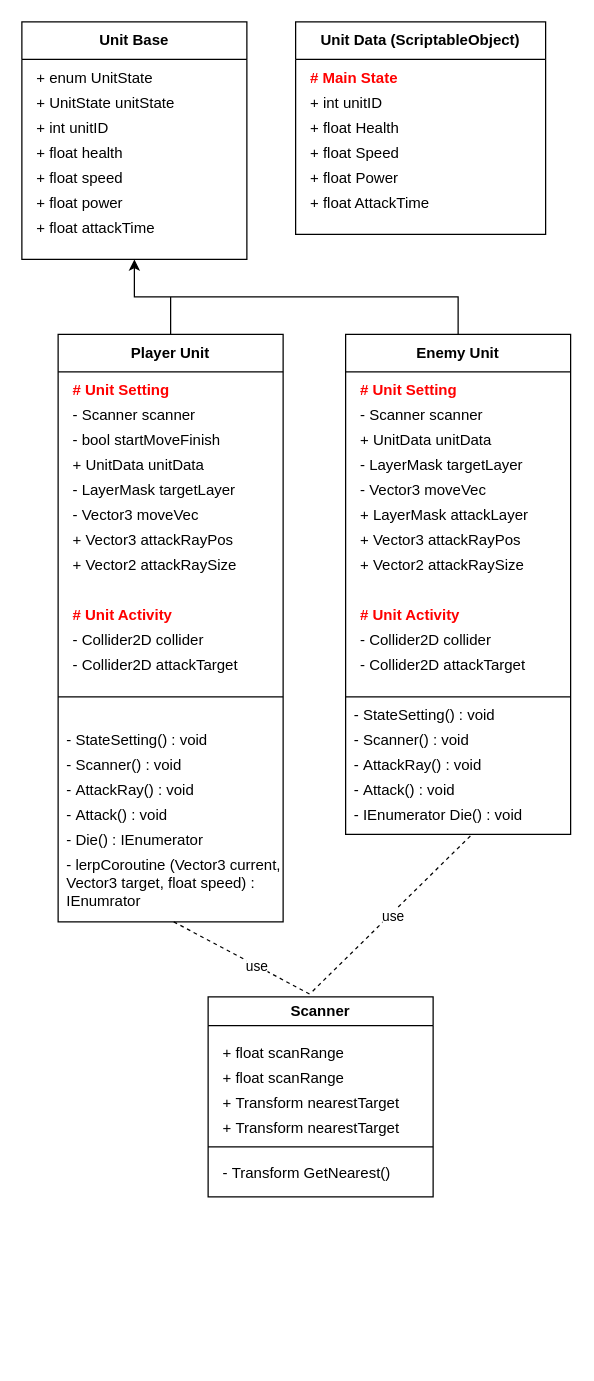
This is page "Battle" (2 of 3) of Project_CSD.drawio from YJU-Capstone-Design/Capstone-Design, a draw.io file, before an edit. Source tidied: cells renumbered, new cells numbered last; positions are measured from the earlier drawing's top-left corner, leaving out a move shared by most shapes. Both pictures are drawn from the tidied source at 125%, with x=0, y=0 at pixel (21, 21).
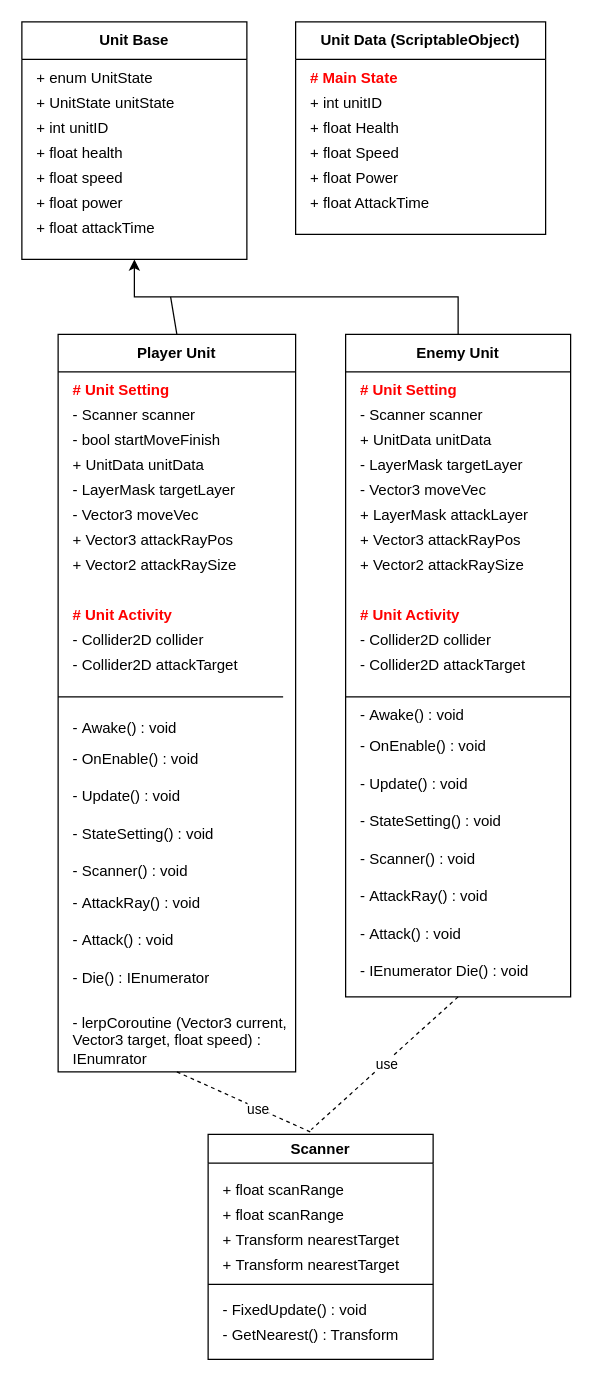
The same diagram, later.

Change to the diagram source:
```diff
@@
     <mxCell id="10" value="Player Unit" style="swimlane;whiteSpace=wrap;html=1;startSize=30;" parent="1" vertex="1">
-      <mxGeometry x="29" y="250" width="180" height="470" as="geometry" />
+      <mxGeometry x="29" y="250" width="190" height="590" as="geometry" />
     </mxCell>
@@
+    <mxCell id="26" value="- Die()&amp;nbsp;: IEnumerator" style="text;html=1;align=left;verticalAlign=middle;whiteSpace=wrap;rounded=0;" parent="10" vertex="1">
+      <mxGeometry x="10" y="500" width="150" height="30" as="geometry" />
+    </mxCell>
+    <mxCell id="27" value="- lerpCoroutine (Vector3 current, Vector3 target, float speed) : IEnumrator" style="text;html=1;align=left;verticalAlign=middle;whiteSpace=wrap;rounded=0;" parent="10" vertex="1">
+      <mxGeometry x="10" y="540" width="180" height="50" as="geometry" />
+    </mxCell>
+    <mxCell id="67" value="-&amp;nbsp;Awake() : void" style="text;html=1;align=left;verticalAlign=middle;whiteSpace=wrap;rounded=0;" parent="10" vertex="1">
+      <mxGeometry x="10" y="300" width="150" height="30" as="geometry" />
+    </mxCell>
+    <mxCell id="68" value="-&amp;nbsp;OnEnable() : void" style="text;html=1;align=left;verticalAlign=middle;whiteSpace=wrap;rounded=0;" parent="10" vertex="1">
+      <mxGeometry x="10" y="325" width="150" height="30" as="geometry" />
+    </mxCell>
+    <mxCell id="69" value="-&amp;nbsp;Update() : void" style="text;html=1;align=left;verticalAlign=middle;whiteSpace=wrap;rounded=0;" parent="10" vertex="1">
+      <mxGeometry x="10" y="355" width="150" height="30" as="geometry" />
+    </mxCell>
     <mxCell id="22" value="-&amp;nbsp;StateSetting() : void" style="text;html=1;align=left;verticalAlign=middle;whiteSpace=wrap;rounded=0;" parent="10" vertex="1">
-      <mxGeometry x="5" y="310" width="150" height="30" as="geometry" />
+      <mxGeometry x="10" y="385" width="150" height="30" as="geometry" />
     </mxCell>
     <mxCell id="23" value="-&amp;nbsp;Scanner()&amp;nbsp;: void" style="text;html=1;align=left;verticalAlign=middle;whiteSpace=wrap;rounded=0;" parent="10" vertex="1">
-      <mxGeometry x="5" y="330" width="150" height="30" as="geometry" />
+      <mxGeometry x="10" y="415" width="150" height="30" as="geometry" />
     </mxCell>
     <mxCell id="24" value="-&amp;nbsp;AttackRay()&amp;nbsp;: void" style="text;html=1;align=left;verticalAlign=middle;whiteSpace=wrap;rounded=0;" parent="10" vertex="1">
-      <mxGeometry x="5" y="350" width="150" height="30" as="geometry" />
+      <mxGeometry x="10" y="440" width="150" height="30" as="geometry" />
     </mxCell>
     <mxCell id="25" value="-&amp;nbsp;Attack()&amp;nbsp;: void" style="text;html=1;align=left;verticalAlign=middle;whiteSpace=wrap;rounded=0;" parent="10" vertex="1">
-      <mxGeometry x="5" y="370" width="150" height="30" as="geometry" />
+      <mxGeometry x="10" y="470" width="150" height="30" as="geometry" />
     </mxCell>
-    <mxCell id="26" value="- Die()&amp;nbsp;: IEnumerator" style="text;html=1;align=left;verticalAlign=middle;whiteSpace=wrap;rounded=0;" parent="10" vertex="1">
-      <mxGeometry x="5" y="390" width="150" height="30" as="geometry" />
-    </mxCell>
-    <mxCell id="27" value="- lerpCoroutine (Vector3 current, Vector3 target, float speed) : IEnumrator" style="text;html=1;align=left;verticalAlign=middle;whiteSpace=wrap;rounded=0;" parent="10" vertex="1">
-      <mxGeometry x="5" y="414" width="175" height="50" as="geometry" />
-    </mxCell>
@@
     <mxCell id="30" value="Enemy Unit" style="swimlane;whiteSpace=wrap;html=1;startSize=30;" parent="1" vertex="1">
-      <mxGeometry x="259" y="250" width="180" height="400" as="geometry" />
+      <mxGeometry x="259" y="250" width="180" height="530" as="geometry" />
     </mxCell>
@@
     <mxCell id="41" value="-&amp;nbsp;StateSetting()&amp;nbsp;: void" style="text;html=1;align=left;verticalAlign=middle;whiteSpace=wrap;rounded=0;" parent="30" vertex="1">
-      <mxGeometry x="5" y="290" width="150" height="30" as="geometry" />
+      <mxGeometry x="10" y="375" width="150" height="30" as="geometry" />
     </mxCell>
+    <mxCell id="46" style="endArrow=none;html=1;rounded=0;" parent="30" edge="1">
+      <mxGeometry relative="1" as="geometry">
+        <mxPoint y="290" as="sourcePoint" />
+        <mxPoint x="180" y="290" as="targetPoint" />
+        <Array as="points">
+          <mxPoint x="90" y="290" />
+        </Array>
+      </mxGeometry>
+    </mxCell>
+    <mxCell id="47" value="+&amp;nbsp;LayerMask attackLayer" style="text;html=1;align=left;verticalAlign=middle;whiteSpace=wrap;rounded=0;" parent="30" vertex="1">
+      <mxGeometry x="10" y="130" width="140" height="30" as="geometry" />
+    </mxCell>
+    <mxCell id="70" value="-&amp;nbsp;Awake() : void" style="text;html=1;align=left;verticalAlign=middle;whiteSpace=wrap;rounded=0;" parent="30" vertex="1">
+      <mxGeometry x="10" y="290" width="150" height="30" as="geometry" />
+    </mxCell>
+    <mxCell id="71" value="-&amp;nbsp;OnEnable() : void" style="text;html=1;align=left;verticalAlign=middle;whiteSpace=wrap;rounded=0;" parent="30" vertex="1">
+      <mxGeometry x="10" y="315" width="150" height="30" as="geometry" />
+    </mxCell>
+    <mxCell id="72" value="-&amp;nbsp;Update() : void" style="text;html=1;align=left;verticalAlign=middle;whiteSpace=wrap;rounded=0;" parent="30" vertex="1">
+      <mxGeometry x="10" y="345" width="150" height="30" as="geometry" />
+    </mxCell>
     <mxCell id="42" value="-&amp;nbsp;Scanner()&amp;nbsp;: void" style="text;html=1;align=left;verticalAlign=middle;whiteSpace=wrap;rounded=0;" parent="30" vertex="1">
-      <mxGeometry x="5" y="310" width="150" height="30" as="geometry" />
+      <mxGeometry x="10" y="405" width="150" height="30" as="geometry" />
     </mxCell>
     <mxCell id="43" value="-&amp;nbsp;AttackRay()&amp;nbsp;: void" style="text;html=1;align=left;verticalAlign=middle;whiteSpace=wrap;rounded=0;" parent="30" vertex="1">
-      <mxGeometry x="5" y="330" width="150" height="30" as="geometry" />
+      <mxGeometry x="10" y="435" width="150" height="30" as="geometry" />
     </mxCell>
     <mxCell id="44" value="-&amp;nbsp;Attack()&amp;nbsp;: void" style="text;html=1;align=left;verticalAlign=middle;whiteSpace=wrap;rounded=0;" parent="30" vertex="1">
-      <mxGeometry x="5" y="350" width="150" height="30" as="geometry" />
+      <mxGeometry x="10" y="465" width="150" height="30" as="geometry" />
     </mxCell>
     <mxCell id="45" value="-&amp;nbsp;IEnumerator Die()&amp;nbsp;: void" style="text;html=1;align=left;verticalAlign=middle;whiteSpace=wrap;rounded=0;" parent="30" vertex="1">
-      <mxGeometry x="5" y="370" width="150" height="30" as="geometry" />
+      <mxGeometry x="10" y="495" width="150" height="30" as="geometry" />
     </mxCell>
-    <mxCell id="46" style="endArrow=none;html=1;rounded=0;" parent="30" edge="1">
-      <mxGeometry relative="1" as="geometry">
-        <mxPoint y="290" as="sourcePoint" />
-        <mxPoint x="180" y="290" as="targetPoint" />
-        <Array as="points">
-          <mxPoint x="90" y="290" />
-        </Array>
-      </mxGeometry>
-    </mxCell>
-    <mxCell id="47" value="+&amp;nbsp;LayerMask attackLayer" style="text;html=1;align=left;verticalAlign=middle;whiteSpace=wrap;rounded=0;" parent="30" vertex="1">
-      <mxGeometry x="10" y="130" width="140" height="30" as="geometry" />
-    </mxCell>
-    <mxCell id="48" style="endArrow=none;dashed=1;html=1;rounded=0;exitX=0.5;exitY=1;exitDx=0;exitDy=0;entryX=0.463;entryY=-0.007;entryDx=0;entryDy=0;entryPerimeter=0;" parent="1" edge="1" target="52">
-      <mxGeometry relative="1" as="geometry">
-        <mxPoint x="121.5" y="720" as="sourcePoint" />
-      </mxGeometry>
+    <mxCell id="48" style="endArrow=none;dashed=1;html=1;rounded=0;exitX=0.5;exitY=1;exitDx=0;exitDy=0;entryX=0.463;entryY=-0.007;entryDx=0;entryDy=0;entryPerimeter=0;" parent="1" edge="1" source="10" target="52">
+      <mxGeometry relative="1" as="geometry" />
     </mxCell>
@@
-    <mxCell id="50" style="endArrow=none;dashed=1;html=1;rounded=0;exitX=0.632;exitY=1.043;exitDx=0;exitDy=0;exitPerimeter=0;entryX=0.458;entryY=-0.021;entryDx=0;entryDy=0;entryPerimeter=0;" parent="1" edge="1" source="45" target="52">
+    <mxCell id="50" style="endArrow=none;dashed=1;html=1;rounded=0;exitX=0.5;exitY=1;exitDx=0;exitDy=0;entryX=0.458;entryY=-0.021;entryDx=0;entryDy=0;entryPerimeter=0;" parent="1" edge="1" source="30" target="52">
       <mxGeometry relative="1" as="geometry" />
     </mxCell>
@@
     <mxCell id="52" value="Scanner" style="swimlane;whiteSpace=wrap;html=1;" parent="1" vertex="1">
-      <mxGeometry x="149" y="780" width="180" height="160" as="geometry" />
+      <mxGeometry x="149" y="890" width="180" height="180" as="geometry" />
     </mxCell>
@@
-    <mxCell id="58" value="-&amp;nbsp;Transform GetNearest()" style="text;html=1;align=left;verticalAlign=middle;whiteSpace=wrap;rounded=0;" parent="52" vertex="1">
-      <mxGeometry x="10" y="140" width="150" as="geometry" />
+    <mxCell id="58" value="- GetNearest() : Transform&amp;nbsp;" style="text;html=1;align=left;verticalAlign=middle;whiteSpace=wrap;rounded=0;" parent="52" vertex="1">
+      <mxGeometry x="10" y="160" width="150" as="geometry" />
     </mxCell>
+    <mxCell id="73" value="-&amp;nbsp;FixedUpdate() : void" style="text;html=1;align=left;verticalAlign=middle;whiteSpace=wrap;rounded=0;" parent="52" vertex="1">
+      <mxGeometry x="10" y="140" width="150" as="geometry" />
+    </mxCell>
```
